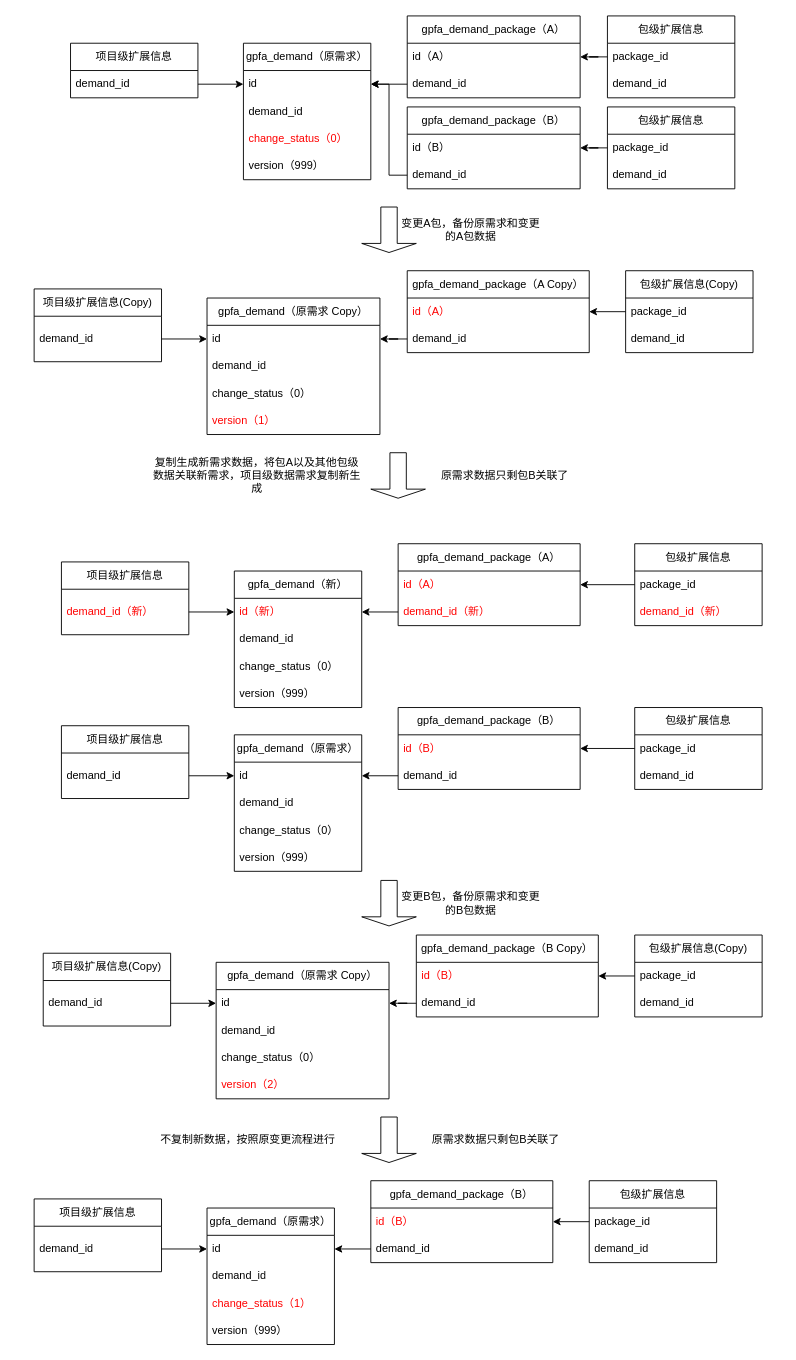
This is open_modify.drawio from dernight1/draw.io, a draw.io file, before an edit. Source tidied: cells renumbered, new cells numbered last; positions are measured from the earlier drawing's top-left corner, leaving out a move shared by most shapes. Both pictures are drawn from the tidied source at 91%, with x=0, y=0 at pixel (34, 15).
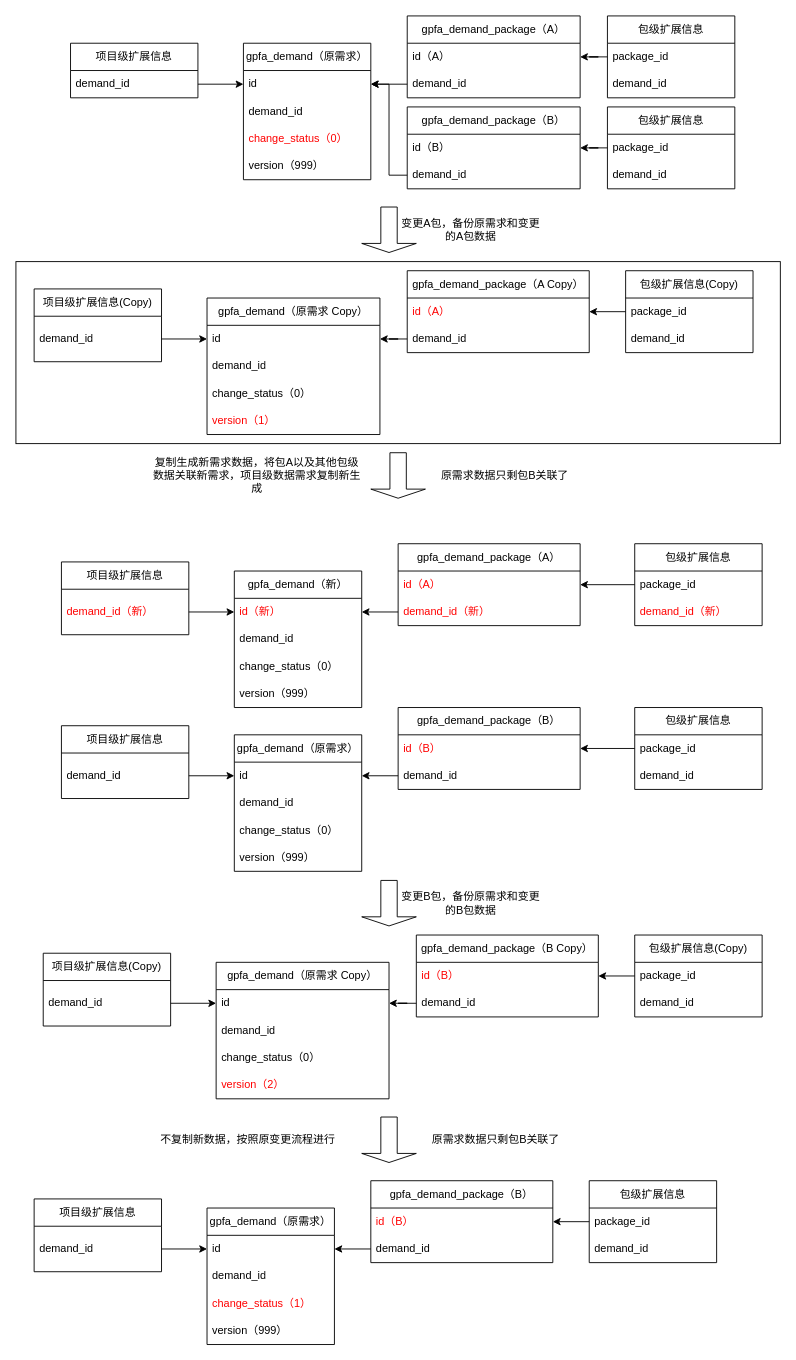
Above is the later version.

What changed in the source:
```diff
@@
+    <mxCell id="116" style="rounded=0;whiteSpace=wrap;html=1;" parent="1" vertex="1">
+      <mxGeometry x="-20" y="270" width="840" height="200" as="geometry" />
+    </mxCell>
```
